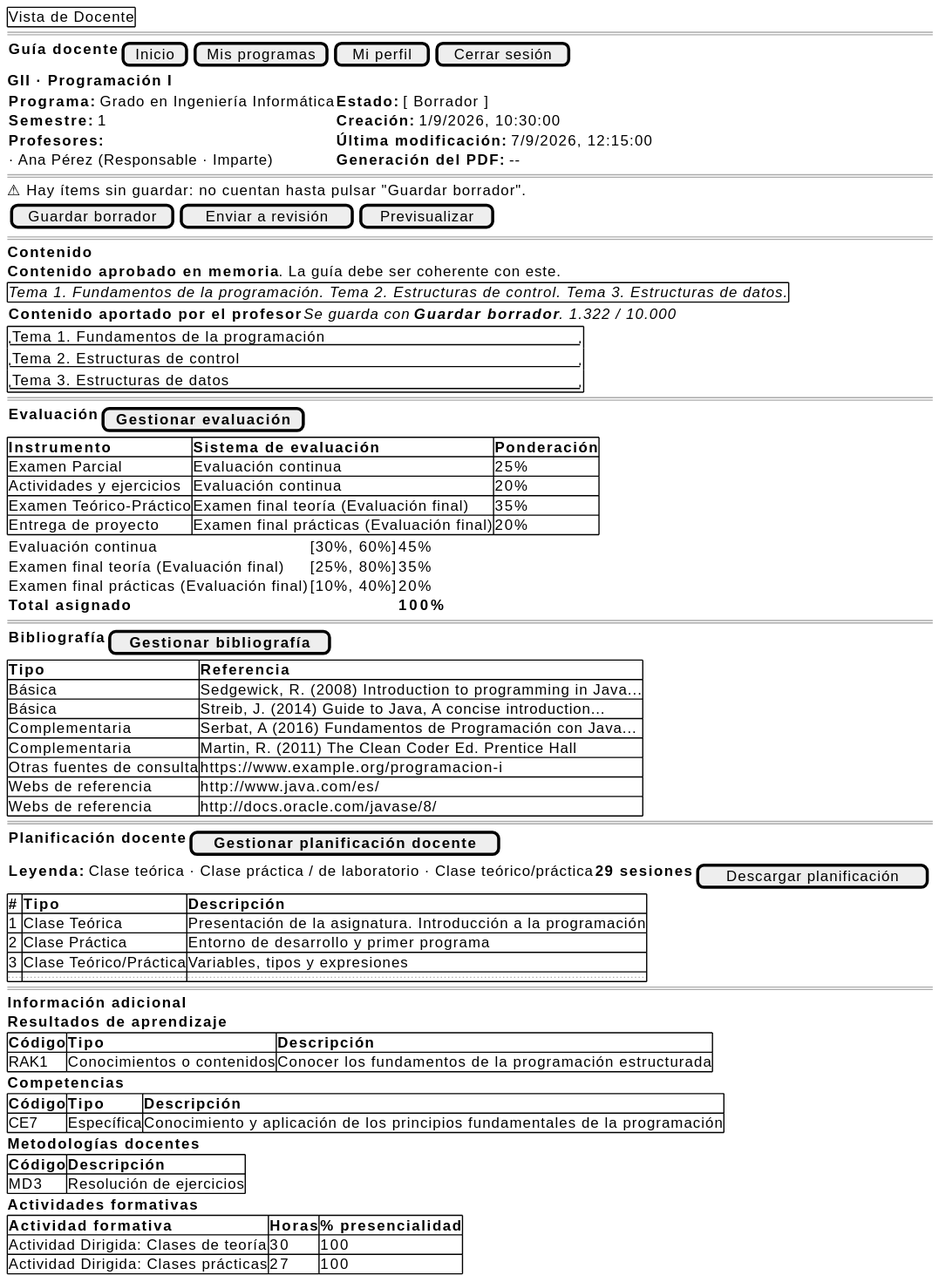
This is images/RUP/01-requisitos/03-detalle-casos-uso/abrirGuia/wireframe-profesor.svg from mmasias/pyCeldaPublico, a PlantUML export, as it was before one commit.
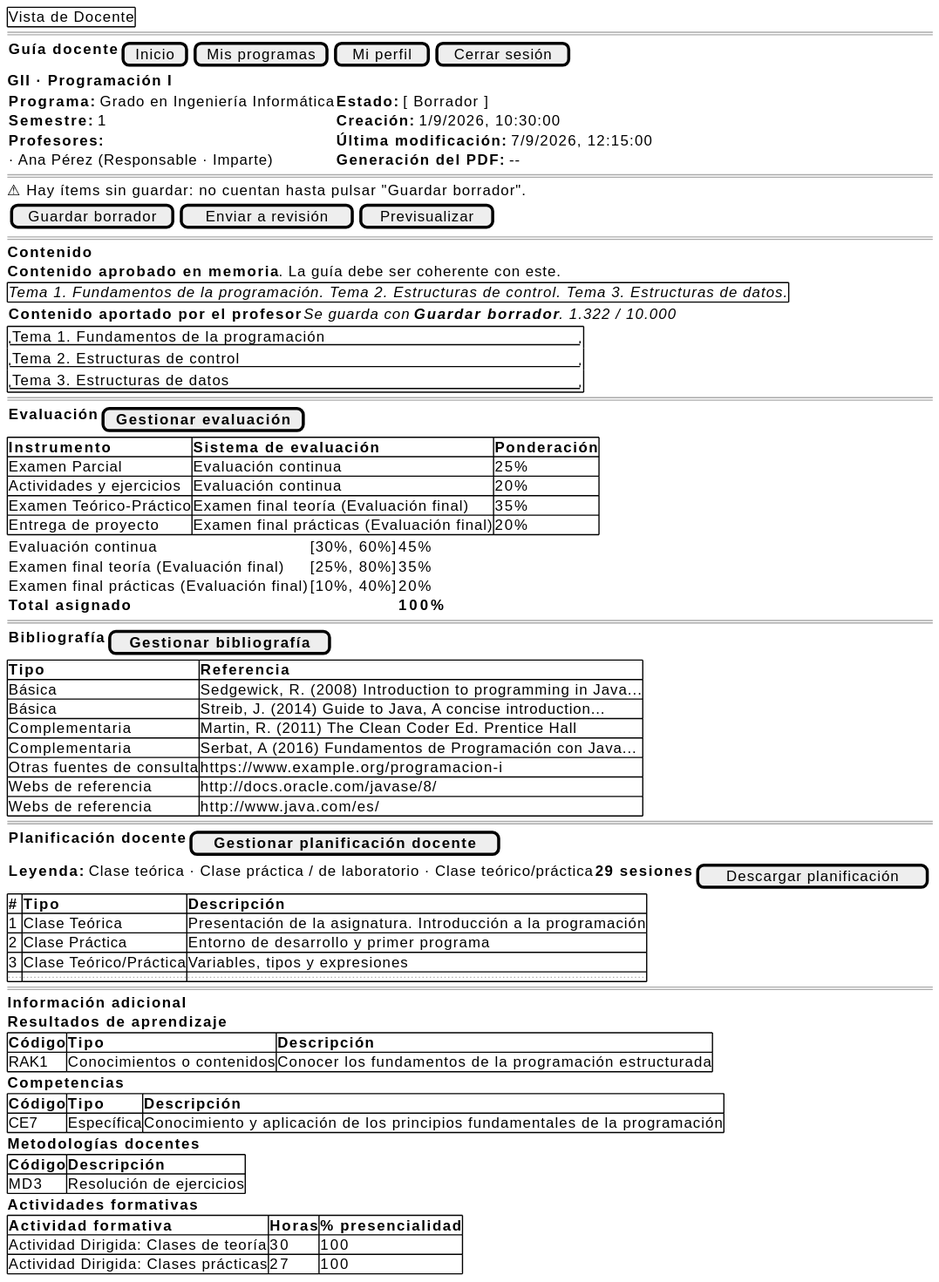
The same diagram one commit later.

The edit, as a diff of the source:
```diff
@@ -46,11 +46,11 @@
         <b>Tipo | <b>Referencia
         Básica | Sedgewick, R. (2008) Introduction to programming in Java...
         Básica | Streib, J. (2014) Guide to Java, A concise introduction...
+        Complementaria | Martin, R. (2011) The Clean Coder Ed. Prentice Hall
         Complementaria | Serbat, A (2016) Fundamentos de Programación con Java...
-        Complementaria | Martin, R. (2011) The Clean Coder Ed. Prentice Hall
         Otras fuentes de consulta | https://www.example.org/programacion-i
+        Webs de referencia | http://docs.oracle.com/javase/8/
         Webs de referencia | http://www.java.com/es/
-        Webs de referencia | http://docs.oracle.com/javase/8/
     }
     ====
     {<b>Planificación docente</b> | [<b>Gestionar planificación docente</b>]}
```
